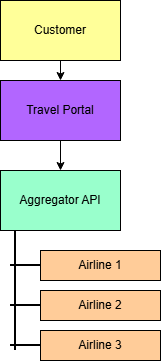
Earlier version of the draw.io export system-overview.png (Vrushali112207/flight-booking-aggregator-api-docs). Source tidied: cells renumbered, new cells last; positions are measured from the earlier drawing's top-left corner, leaving out a move shared by most shapes. Its diagram source:
```xml
<mxGraphModel>
  <root>
    <mxCell id="0" />
    <mxCell id="1" parent="0" />
    <mxCell id="2" style="edgeStyle=orthogonalEdgeStyle;rounded=0;jettySize=auto;html=1;exitX=0.5;exitY=1;exitDx=0;exitDy=0;entryX=0.5;entryY=0;entryDx=0;entryDy=0;" parent="1" edge="1" source="3" target="5">
      <mxGeometry relative="1" as="geometry" />
    </mxCell>
    <mxCell id="3" value="Customer" style="rounded=0;whiteSpace=wrap;html=1;fillColor=#FFFF99;" parent="1" vertex="1">
      <mxGeometry width="120" height="60" as="geometry" />
    </mxCell>
    <mxCell id="4" style="edgeStyle=orthogonalEdgeStyle;rounded=0;jettySize=auto;html=1;" parent="1" edge="1" source="5" target="6">
      <mxGeometry relative="1" as="geometry" />
    </mxCell>
    <mxCell id="5" value="Travel Portal" style="rounded=0;whiteSpace=wrap;html=1;fillColor=#B266FF;" parent="1" vertex="1">
      <mxGeometry y="80" width="120" height="60" as="geometry" />
    </mxCell>
    <mxCell id="6" value="Aggregator API" style="rounded=0;whiteSpace=wrap;html=1;fillColor=#99FFCC;" parent="1" vertex="1">
      <mxGeometry y="170" width="120" height="60" as="geometry" />
    </mxCell>
    <mxCell id="7" style="line;strokeWidth=2;direction=south;html=1;" parent="1" vertex="1">
      <mxGeometry x="10" y="230" width="10" height="120" as="geometry" />
    </mxCell>
    <mxCell id="8" style="line;strokeWidth=2;html=1;" parent="1" vertex="1">
      <mxGeometry x="10" y="300" width="30" height="10" as="geometry" />
    </mxCell>
    <mxCell id="9" style="line;strokeWidth=2;html=1;" parent="1" vertex="1">
      <mxGeometry x="10" y="260" width="30" height="10" as="geometry" />
    </mxCell>
    <mxCell id="10" style="line;strokeWidth=2;html=1;" parent="1" vertex="1">
      <mxGeometry x="10" y="340" width="30" height="10" as="geometry" />
    </mxCell>
    <mxCell id="11" value="Airline 1" style="rounded=0;whiteSpace=wrap;html=1;fillColor=#FFCC99;" parent="1" vertex="1">
      <mxGeometry x="40" y="250" width="120" height="30" as="geometry" />
    </mxCell>
    <mxCell id="12" value="Airline 2" style="rounded=0;whiteSpace=wrap;html=1;fillColor=#FFCC99;" parent="1" vertex="1">
      <mxGeometry x="40" y="290" width="120" height="30" as="geometry" />
    </mxCell>
    <mxCell id="13" value="Airline 3" style="rounded=0;whiteSpace=wrap;html=1;fillColor=#FFCC99;" parent="1" vertex="1">
      <mxGeometry x="40" y="330" width="120" height="30" as="geometry" />
    </mxCell>
  </root>
</mxGraphModel>
```
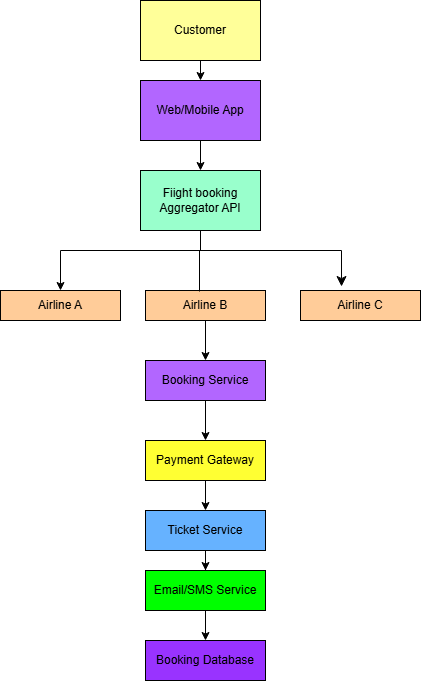
The same file after the commit.

What changed in the source:
```diff
@@ -11,32 +11,73 @@
     <mxCell id="4" style="edgeStyle=orthogonalEdgeStyle;rounded=0;jettySize=auto;html=1;" parent="1" edge="1" source="5" target="6">
       <mxGeometry relative="1" as="geometry" />
     </mxCell>
-    <mxCell id="5" value="Travel Portal" style="rounded=0;whiteSpace=wrap;html=1;fillColor=#B266FF;" parent="1" vertex="1">
+    <mxCell id="5" value="Web/Mobile App" style="rounded=0;whiteSpace=wrap;html=1;fillColor=#B266FF;" parent="1" vertex="1">
       <mxGeometry y="80" width="120" height="60" as="geometry" />
     </mxCell>
+    <mxCell id="14" style="edgeStyle=orthogonalEdgeStyle;rounded=0;jettySize=auto;html=1;entryX=0.5;entryY=0;entryDx=0;entryDy=0;" parent="1" edge="1" source="6" target="11">
+      <mxGeometry relative="1" as="geometry">
+        <Array as="points">
+          <mxPoint x="60" y="250" />
+          <mxPoint x="-80" y="250" />
+        </Array>
+      </mxGeometry>
+    </mxCell>
-    <mxCell id="6" value="Aggregator API" style="rounded=0;whiteSpace=wrap;html=1;fillColor=#99FFCC;" parent="1" vertex="1">
+    <mxCell id="6" value="Fiight booking Aggregator API" style="rounded=0;whiteSpace=wrap;html=1;fillColor=#99FFCC;" parent="1" vertex="1">
       <mxGeometry y="170" width="120" height="60" as="geometry" />
     </mxCell>
-    <mxCell id="7" style="line;strokeWidth=2;direction=south;html=1;" parent="1" vertex="1">
-      <mxGeometry x="10" y="230" width="10" height="120" as="geometry" />
-    </mxCell>
-    <mxCell id="8" style="line;strokeWidth=2;html=1;" parent="1" vertex="1">
-      <mxGeometry x="10" y="300" width="30" height="10" as="geometry" />
-    </mxCell>
-    <mxCell id="9" style="line;strokeWidth=2;html=1;" parent="1" vertex="1">
-      <mxGeometry x="10" y="260" width="30" height="10" as="geometry" />
-    </mxCell>
-    <mxCell id="10" style="line;strokeWidth=2;html=1;" parent="1" vertex="1">
-      <mxGeometry x="10" y="340" width="30" height="10" as="geometry" />
-    </mxCell>
-    <mxCell id="11" value="Airline 1" style="rounded=0;whiteSpace=wrap;html=1;fillColor=#FFCC99;" parent="1" vertex="1">
-      <mxGeometry x="40" y="250" width="120" height="30" as="geometry" />
+    <mxCell id="11" value="Airline A" style="rounded=0;whiteSpace=wrap;html=1;fillColor=#FFCC99;" parent="1" vertex="1">
+      <mxGeometry x="-140" y="290" width="120" height="30" as="geometry" />
     </mxCell>
+    <mxCell id="13" value="Airline C" style="rounded=0;whiteSpace=wrap;html=1;fillColor=#FFCC99;" parent="1" vertex="1">
+      <mxGeometry x="160" y="290" width="120" height="30" as="geometry" />
+    </mxCell>
+    <mxCell id="15" style="edgeStyle=orthogonalEdgeStyle;rounded=0;jettySize=auto;html=1;exitX=0.5;exitY=1;exitDx=0;exitDy=0;" parent="1" edge="1" source="12">
+      <mxGeometry relative="1" as="geometry">
+        <mxPoint x="65" y="360" as="targetPoint" />
+      </mxGeometry>
+    </mxCell>
-    <mxCell id="12" value="Airline 2" style="rounded=0;whiteSpace=wrap;html=1;fillColor=#FFCC99;" parent="1" vertex="1">
-      <mxGeometry x="40" y="290" width="120" height="30" as="geometry" />
+    <mxCell id="12" value="Airline B" style="rounded=0;whiteSpace=wrap;html=1;fillColor=#FFCC99;" parent="1" vertex="1">
+      <mxGeometry x="5" y="290" width="120" height="30" as="geometry" />
     </mxCell>
-    <mxCell id="13" value="Airline 3" style="rounded=0;whiteSpace=wrap;html=1;fillColor=#FFCC99;" parent="1" vertex="1">
-      <mxGeometry x="40" y="330" width="120" height="30" as="geometry" />
-    </mxCell>
+    <mxCell id="16" style="endArrow=classic;html=1;rounded=0;" parent="1" edge="1" source="6">
+      <mxGeometry relative="1" as="geometry">
+        <mxPoint x="100" y="170" as="targetPoint" />
+      </mxGeometry>
+    </mxCell>
+    <mxCell id="17" style="edgeStyle=segmentEdgeStyle;endArrow=classic;html=1;curved=0;rounded=0;endSize=8;startSize=8;entryX=0.342;entryY=-0.133;entryDx=0;entryDy=0;entryPerimeter=0;exitX=0.45;exitY=0.033;exitDx=0;exitDy=0;exitPerimeter=0;" parent="1" edge="1" source="12" target="13">
+      <mxGeometry relative="1" as="geometry">
+        <Array as="points">
+          <mxPoint x="59" y="250" />
+          <mxPoint x="201" y="250" />
+        </Array>
+      </mxGeometry>
+    </mxCell>
+    <mxCell id="18" style="edgeStyle=orthogonalEdgeStyle;rounded=0;jettySize=auto;html=1;" parent="1" edge="1" source="19" target="21">
+      <mxGeometry relative="1" as="geometry" />
+    </mxCell>
+    <mxCell id="19" value="Booking Service" style="whiteSpace=wrap;html=1;fillColor=#B266FF;" parent="1" vertex="1">
+      <mxGeometry x="5" y="360" width="120" height="40" as="geometry" />
+    </mxCell>
+    <mxCell id="20" style="edgeStyle=orthogonalEdgeStyle;rounded=0;jettySize=auto;html=1;" parent="1" edge="1" source="21" target="23">
+      <mxGeometry relative="1" as="geometry" />
+    </mxCell>
+    <mxCell id="21" value="Payment Gateway" style="whiteSpace=wrap;html=1;fillColor=#FFFF33;" parent="1" vertex="1">
+      <mxGeometry x="5" y="440" width="120" height="40" as="geometry" />
+    </mxCell>
+    <mxCell id="22" style="edgeStyle=orthogonalEdgeStyle;rounded=0;jettySize=auto;html=1;" parent="1" edge="1" source="23" target="25">
+      <mxGeometry relative="1" as="geometry" />
+    </mxCell>
+    <mxCell id="23" value="Ticket Service" style="whiteSpace=wrap;html=1;fillColor=#66B2FF;" parent="1" vertex="1">
+      <mxGeometry x="5" y="510" width="120" height="40" as="geometry" />
+    </mxCell>
+    <mxCell id="24" style="edgeStyle=orthogonalEdgeStyle;rounded=0;jettySize=auto;html=1;" parent="1" edge="1" source="25" target="26">
+      <mxGeometry relative="1" as="geometry" />
+    </mxCell>
+    <mxCell id="25" value="Email/SMS Service" style="whiteSpace=wrap;html=1;fillColor=#00FF00;" parent="1" vertex="1">
+      <mxGeometry x="5" y="570" width="120" height="40" as="geometry" />
+    </mxCell>
+    <mxCell id="26" value="Booking Database" style="whiteSpace=wrap;html=1;fillColor=#9933FF;" parent="1" vertex="1">
+      <mxGeometry x="5" y="640" width="120" height="40" as="geometry" />
+    </mxCell>
   </root>
 </mxGraphModel>
```
